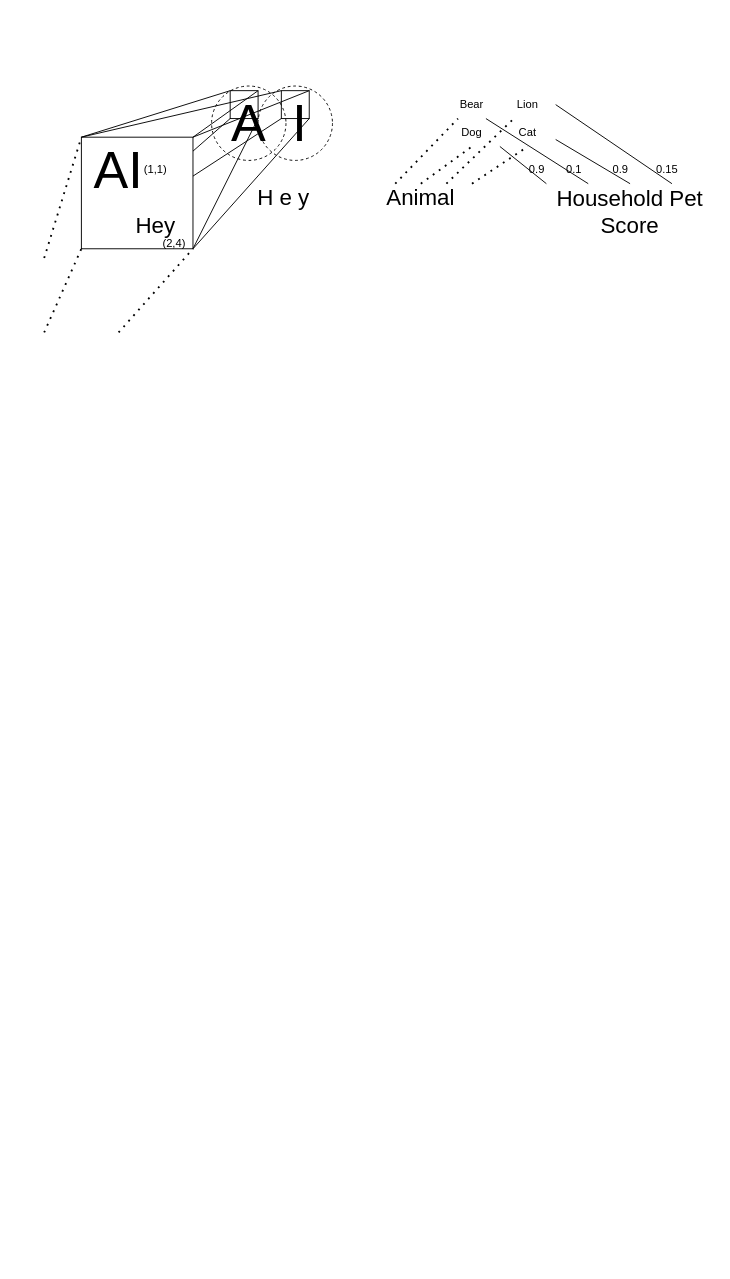
Above: VisionSystem.drawio in djsamseng/BusinessPlan (draw.io), before the change. Source tidied: cells renumbered, new cells numbered last; positions are measured from the earlier drawing's top-left corner, leaving out a move shared by most shapes. Both pictures are drawn from the tidied source at 93%, with x=0, y=0 at pixel (44, 86).
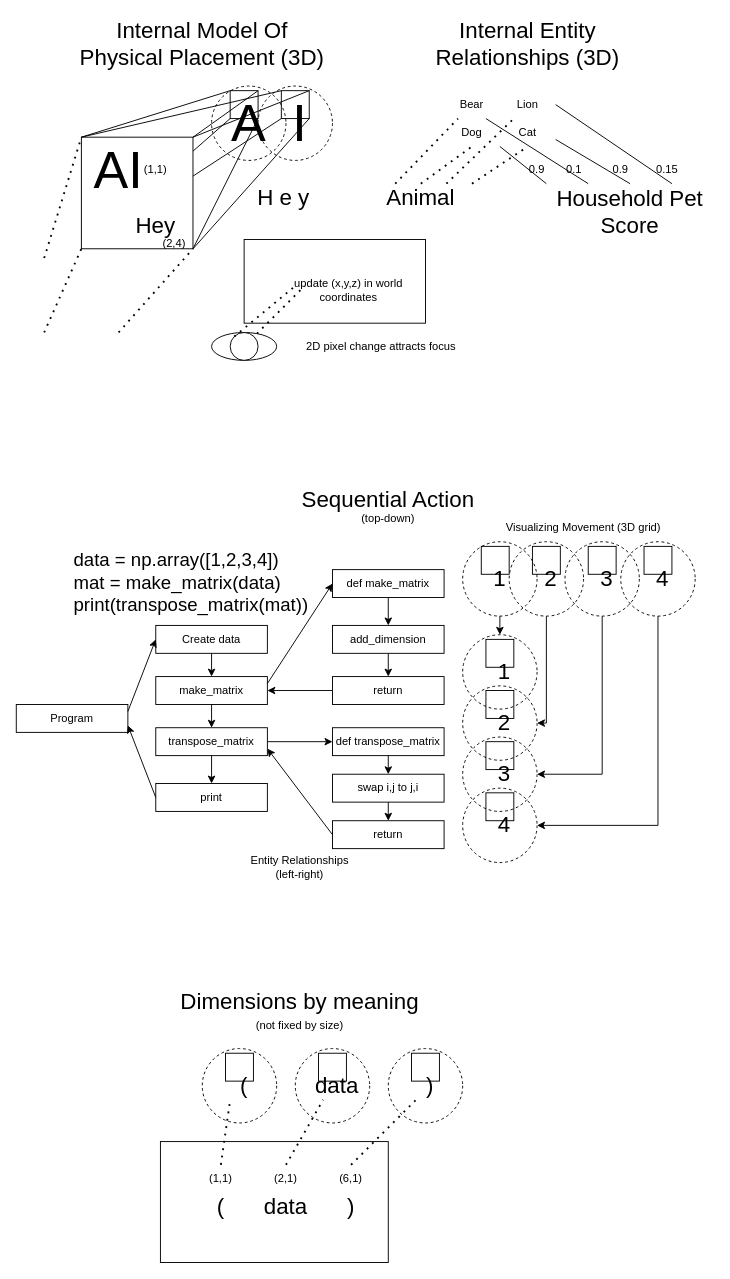
Above is the later version.

What changed in the source:
```diff
@@
+    <mxCell id="43" style="rounded=0;whiteSpace=wrap;html=1;" parent="1" vertex="1">
+      <mxGeometry x="125" y="1135" width="245" height="130" as="geometry" />
+    </mxCell>
+    <mxCell id="44" style="rounded=0;whiteSpace=wrap;html=1;fillColor=default;" parent="1" vertex="1">
+      <mxGeometry x="215" y="165" width="195" height="90" as="geometry" />
+    </mxCell>
@@
+    <mxCell id="45" value="&lt;font style=&quot;font-size: 24px;&quot;&gt;Internal Model Of Physical Placement (3D)&lt;/font&gt;" style="text;html=1;strokeColor=none;fillColor=none;align=center;verticalAlign=middle;whiteSpace=wrap;rounded=0;" parent="1" vertex="1">
+      <mxGeometry x="30" y="-75" width="280" height="60" as="geometry" />
+    </mxCell>
+    <mxCell id="46" value="&lt;font style=&quot;font-size: 24px;&quot;&gt;Internal Entity Relationships (3D)&lt;/font&gt;" style="text;html=1;strokeColor=none;fillColor=none;align=center;verticalAlign=middle;whiteSpace=wrap;rounded=0;" parent="1" vertex="1">
+      <mxGeometry x="380" y="-75" width="280" height="60" as="geometry" />
+    </mxCell>
+    <mxCell id="47" style="ellipse;whiteSpace=wrap;html=1;" parent="1" vertex="1">
+      <mxGeometry x="180" y="265" width="70" height="30" as="geometry" />
+    </mxCell>
+    <mxCell id="48" style="ellipse;whiteSpace=wrap;html=1;" parent="1" vertex="1">
+      <mxGeometry x="200" y="265" width="30" height="30" as="geometry" />
+    </mxCell>
+    <mxCell id="49" style="endArrow=none;dashed=1;html=1;dashPattern=1 3;strokeWidth=2;rounded=0;exitX=0;exitY=0;exitDx=0;exitDy=0;" parent="1" edge="1" source="48">
+      <mxGeometry relative="1" as="geometry">
+        <mxPoint x="270" y="215" as="targetPoint" />
+      </mxGeometry>
+    </mxCell>
+    <mxCell id="50" style="endArrow=none;dashed=1;html=1;dashPattern=1 3;strokeWidth=2;rounded=0;" parent="1" edge="1" source="47">
+      <mxGeometry relative="1" as="geometry">
+        <mxPoint x="280" y="215" as="targetPoint" />
+      </mxGeometry>
+    </mxCell>
+    <mxCell id="51" value="update (x,y,z) in world coordinates" style="text;html=1;strokeColor=none;fillColor=none;align=center;verticalAlign=middle;whiteSpace=wrap;rounded=0;" parent="1" vertex="1">
+      <mxGeometry x="250" y="205" width="155" height="30" as="geometry" />
+    </mxCell>
+    <mxCell id="52" value="2D pixel change attracts focus" style="text;html=1;strokeColor=none;fillColor=none;align=center;verticalAlign=middle;whiteSpace=wrap;rounded=0;" parent="1" vertex="1">
+      <mxGeometry x="275" y="265" width="175" height="30" as="geometry" />
+    </mxCell>
+    <mxCell id="53" value="&lt;font style=&quot;font-size: 20px;&quot;&gt;data = np.array([1,2,3,4])&lt;br&gt;mat = make_matrix(data)&lt;br&gt;print(transpose_matrix(mat))&lt;br&gt;&lt;/font&gt;" style="text;html=1;strokeColor=none;fillColor=none;align=left;verticalAlign=middle;whiteSpace=wrap;rounded=0;" parent="1" vertex="1">
+      <mxGeometry x="30" y="470" width="290" height="125" as="geometry" />
+    </mxCell>
+    <mxCell id="54" value="Create data" style="rounded=0;whiteSpace=wrap;html=1;" parent="1" vertex="1">
+      <mxGeometry x="120" y="580" width="120" height="30" as="geometry" />
+    </mxCell>
+    <mxCell id="55" value="make_matrix" style="rounded=0;whiteSpace=wrap;html=1;" parent="1" vertex="1">
+      <mxGeometry x="120" y="635" width="120" height="30" as="geometry" />
+    </mxCell>
+    <mxCell id="56" value="def make_matrix" style="rounded=0;whiteSpace=wrap;html=1;" parent="1" vertex="1">
+      <mxGeometry x="310" y="520" width="120" height="30" as="geometry" />
+    </mxCell>
+    <mxCell id="57" style="endArrow=classic;html=1;rounded=0;entryX=0.5;entryY=0;entryDx=0;entryDy=0;exitX=0.5;exitY=1;exitDx=0;exitDy=0;" parent="1" edge="1" source="54" target="55">
+      <mxGeometry relative="1" as="geometry" />
+    </mxCell>
+    <mxCell id="58" value="add_dimension" style="rounded=0;whiteSpace=wrap;html=1;" parent="1" vertex="1">
+      <mxGeometry x="310" y="580" width="120" height="30" as="geometry" />
+    </mxCell>
+    <mxCell id="59" value="return" style="rounded=0;whiteSpace=wrap;html=1;" parent="1" vertex="1">
+      <mxGeometry x="310" y="635" width="120" height="30" as="geometry" />
+    </mxCell>
+    <mxCell id="60" style="endArrow=classic;html=1;rounded=0;exitX=1;exitY=0.25;exitDx=0;exitDy=0;entryX=0;entryY=0.5;entryDx=0;entryDy=0;" parent="1" edge="1" source="55" target="56">
+      <mxGeometry relative="1" as="geometry" />
+    </mxCell>
+    <mxCell id="61" style="endArrow=classic;html=1;rounded=0;exitX=0.5;exitY=1;exitDx=0;exitDy=0;entryX=0.5;entryY=0;entryDx=0;entryDy=0;" parent="1" edge="1" source="56" target="58">
+      <mxGeometry relative="1" as="geometry" />
+    </mxCell>
+    <mxCell id="62" style="endArrow=classic;html=1;rounded=0;exitX=0.5;exitY=1;exitDx=0;exitDy=0;entryX=0.5;entryY=0;entryDx=0;entryDy=0;" parent="1" edge="1" source="58" target="59">
+      <mxGeometry relative="1" as="geometry" />
+    </mxCell>
+    <mxCell id="63" style="endArrow=classic;html=1;rounded=0;exitX=0;exitY=0.5;exitDx=0;exitDy=0;" parent="1" edge="1" source="59">
+      <mxGeometry relative="1" as="geometry">
+        <mxPoint x="240" y="650" as="targetPoint" />
+      </mxGeometry>
+    </mxCell>
+    <mxCell id="64" style="endArrow=classic;html=1;rounded=0;exitX=0.5;exitY=1;exitDx=0;exitDy=0;entryX=0.5;entryY=0;entryDx=0;entryDy=0;" parent="1" edge="1" source="55" target="65">
+      <mxGeometry relative="1" as="geometry" />
+    </mxCell>
+    <mxCell id="65" value="transpose_matrix" style="rounded=0;whiteSpace=wrap;html=1;" parent="1" vertex="1">
+      <mxGeometry x="120" y="690" width="120" height="30" as="geometry" />
+    </mxCell>
+    <mxCell id="66" style="endArrow=classic;html=1;rounded=0;exitX=1;exitY=0.5;exitDx=0;exitDy=0;entryX=0;entryY=0.5;entryDx=0;entryDy=0;" parent="1" edge="1" source="65" target="67">
+      <mxGeometry relative="1" as="geometry" />
+    </mxCell>
+    <mxCell id="67" value="def transpose_matrix" style="rounded=0;whiteSpace=wrap;html=1;" parent="1" vertex="1">
+      <mxGeometry x="310" y="690" width="120" height="30" as="geometry" />
+    </mxCell>
+    <mxCell id="68" style="endArrow=classic;html=1;rounded=0;exitX=0.5;exitY=1;exitDx=0;exitDy=0;" parent="1" edge="1" source="67">
+      <mxGeometry relative="1" as="geometry">
+        <mxPoint x="370" y="740" as="targetPoint" />
+      </mxGeometry>
+    </mxCell>
+    <mxCell id="69" value="swap i,j to j,i" style="rounded=0;whiteSpace=wrap;html=1;" parent="1" vertex="1">
+      <mxGeometry x="310" y="740" width="120" height="30" as="geometry" />
+    </mxCell>
+    <mxCell id="70" style="endArrow=classic;html=1;rounded=0;exitX=0.5;exitY=1;exitDx=0;exitDy=0;" parent="1" edge="1" source="69" target="71">
+      <mxGeometry relative="1" as="geometry" />
+    </mxCell>
+    <mxCell id="71" value="return" style="rounded=0;whiteSpace=wrap;html=1;" parent="1" vertex="1">
+      <mxGeometry x="310" y="790" width="120" height="30" as="geometry" />
+    </mxCell>
+    <mxCell id="72" style="endArrow=classic;html=1;rounded=0;exitX=0;exitY=0.5;exitDx=0;exitDy=0;entryX=1;entryY=0.75;entryDx=0;entryDy=0;" parent="1" edge="1" source="71" target="65">
+      <mxGeometry relative="1" as="geometry" />
+    </mxCell>
+    <mxCell id="73" style="endArrow=classic;html=1;rounded=0;exitX=0.5;exitY=1;exitDx=0;exitDy=0;" parent="1" edge="1" source="65">
+      <mxGeometry relative="1" as="geometry">
+        <mxPoint x="180" y="750" as="targetPoint" />
+      </mxGeometry>
+    </mxCell>
+    <mxCell id="74" value="print" style="rounded=0;whiteSpace=wrap;html=1;" parent="1" vertex="1">
+      <mxGeometry x="120" y="750" width="120" height="30" as="geometry" />
+    </mxCell>
+    <mxCell id="75" value="Program" style="rounded=0;whiteSpace=wrap;html=1;" parent="1" vertex="1">
+      <mxGeometry x="-30" y="665" width="120" height="30" as="geometry" />
+    </mxCell>
+    <mxCell id="76" style="endArrow=classic;html=1;rounded=0;exitX=1;exitY=0.25;exitDx=0;exitDy=0;entryX=0;entryY=0.5;entryDx=0;entryDy=0;" parent="1" edge="1" source="75" target="54">
+      <mxGeometry relative="1" as="geometry" />
+    </mxCell>
+    <mxCell id="77" style="endArrow=classic;html=1;rounded=0;exitX=0;exitY=0.5;exitDx=0;exitDy=0;entryX=1;entryY=0.75;entryDx=0;entryDy=0;" parent="1" edge="1" source="74" target="75">
+      <mxGeometry relative="1" as="geometry" />
+    </mxCell>
+    <mxCell id="78" style="edgeStyle=orthogonalEdgeStyle;rounded=0;jettySize=auto;html=1;exitX=0.5;exitY=1;exitDx=0;exitDy=0;entryX=0.5;entryY=0;entryDx=0;entryDy=0;" parent="1" edge="1" source="79" target="103">
+      <mxGeometry relative="1" as="geometry" />
+    </mxCell>
+    <mxCell id="79" style="ellipse;whiteSpace=wrap;html=1;dashed=1;fillColor=none;" parent="1" vertex="1">
+      <mxGeometry x="450" y="490" width="80" height="80" as="geometry" />
+    </mxCell>
+    <mxCell id="80" value="&lt;font style=&quot;font-size: 24px;&quot;&gt;1&lt;/font&gt;" style="text;html=1;strokeColor=none;fillColor=none;align=center;verticalAlign=middle;whiteSpace=wrap;rounded=0;" parent="1" vertex="1">
+      <mxGeometry x="460" y="515" width="60" height="30" as="geometry" />
+    </mxCell>
+    <mxCell id="81" style="whiteSpace=wrap;html=1;fillColor=none;" parent="1" vertex="1">
+      <mxGeometry x="470" y="495" width="30" height="30" as="geometry" />
+    </mxCell>
+    <mxCell id="82" style="edgeStyle=orthogonalEdgeStyle;rounded=0;jettySize=auto;html=1;exitX=0.5;exitY=1;exitDx=0;exitDy=0;entryX=1;entryY=0.5;entryDx=0;entryDy=0;" parent="1" edge="1" source="83" target="100">
+      <mxGeometry relative="1" as="geometry">
+        <Array as="points">
+          <mxPoint x="540" y="685" />
+        </Array>
+      </mxGeometry>
+    </mxCell>
+    <mxCell id="83" style="ellipse;whiteSpace=wrap;html=1;dashed=1;fillColor=none;" parent="1" vertex="1">
+      <mxGeometry x="500" y="490" width="80" height="80" as="geometry" />
+    </mxCell>
+    <mxCell id="84" value="&lt;font style=&quot;font-size: 24px;&quot;&gt;2&lt;/font&gt;" style="text;html=1;strokeColor=none;fillColor=none;align=center;verticalAlign=middle;whiteSpace=wrap;rounded=0;" parent="1" vertex="1">
+      <mxGeometry x="515" y="515" width="60" height="30" as="geometry" />
+    </mxCell>
+    <mxCell id="85" style="whiteSpace=wrap;html=1;fillColor=none;" parent="1" vertex="1">
+      <mxGeometry x="525" y="495" width="30" height="30" as="geometry" />
+    </mxCell>
+    <mxCell id="86" style="edgeStyle=orthogonalEdgeStyle;rounded=0;jettySize=auto;html=1;exitX=0.5;exitY=1;exitDx=0;exitDy=0;entryX=1;entryY=0.5;entryDx=0;entryDy=0;" parent="1" edge="1" source="87" target="97">
+      <mxGeometry relative="1" as="geometry" />
+    </mxCell>
+    <mxCell id="87" style="ellipse;whiteSpace=wrap;html=1;dashed=1;fillColor=none;" parent="1" vertex="1">
+      <mxGeometry x="560" y="490" width="80" height="80" as="geometry" />
+    </mxCell>
+    <mxCell id="88" value="&lt;font style=&quot;font-size: 24px;&quot;&gt;3&lt;/font&gt;" style="text;html=1;strokeColor=none;fillColor=none;align=center;verticalAlign=middle;whiteSpace=wrap;rounded=0;" parent="1" vertex="1">
+      <mxGeometry x="575" y="515" width="60" height="30" as="geometry" />
+    </mxCell>
+    <mxCell id="89" style="whiteSpace=wrap;html=1;fillColor=none;" parent="1" vertex="1">
+      <mxGeometry x="585" y="495" width="30" height="30" as="geometry" />
+    </mxCell>
+    <mxCell id="90" style="edgeStyle=orthogonalEdgeStyle;rounded=0;jettySize=auto;html=1;exitX=0.5;exitY=1;exitDx=0;exitDy=0;entryX=1;entryY=0.5;entryDx=0;entryDy=0;" parent="1" edge="1" source="91" target="94">
+      <mxGeometry relative="1" as="geometry" />
+    </mxCell>
+    <mxCell id="91" style="ellipse;whiteSpace=wrap;html=1;dashed=1;fillColor=none;" parent="1" vertex="1">
+      <mxGeometry x="620" y="490" width="80" height="80" as="geometry" />
+    </mxCell>
+    <mxCell id="92" value="&lt;font style=&quot;font-size: 24px;&quot;&gt;4&lt;/font&gt;" style="text;html=1;strokeColor=none;fillColor=none;align=center;verticalAlign=middle;whiteSpace=wrap;rounded=0;" parent="1" vertex="1">
+      <mxGeometry x="635" y="515" width="60" height="30" as="geometry" />
+    </mxCell>
+    <mxCell id="93" style="whiteSpace=wrap;html=1;fillColor=none;" parent="1" vertex="1">
+      <mxGeometry x="645" y="495" width="30" height="30" as="geometry" />
+    </mxCell>
+    <mxCell id="94" style="ellipse;whiteSpace=wrap;html=1;dashed=1;fillColor=none;" parent="1" vertex="1">
+      <mxGeometry x="450" y="755" width="80" height="80" as="geometry" />
+    </mxCell>
+    <mxCell id="95" value="&lt;font style=&quot;font-size: 24px;&quot;&gt;4&lt;/font&gt;" style="text;html=1;strokeColor=none;fillColor=none;align=center;verticalAlign=middle;whiteSpace=wrap;rounded=0;" parent="1" vertex="1">
+      <mxGeometry x="465" y="780" width="60" height="30" as="geometry" />
+    </mxCell>
+    <mxCell id="96" style="whiteSpace=wrap;html=1;fillColor=none;" parent="1" vertex="1">
+      <mxGeometry x="475" y="760" width="30" height="30" as="geometry" />
+    </mxCell>
+    <mxCell id="97" style="ellipse;whiteSpace=wrap;html=1;dashed=1;fillColor=none;" parent="1" vertex="1">
+      <mxGeometry x="450" y="700" width="80" height="80" as="geometry" />
+    </mxCell>
+    <mxCell id="98" value="&lt;font style=&quot;font-size: 24px;&quot;&gt;3&lt;/font&gt;" style="text;html=1;strokeColor=none;fillColor=none;align=center;verticalAlign=middle;whiteSpace=wrap;rounded=0;" parent="1" vertex="1">
+      <mxGeometry x="465" y="725" width="60" height="30" as="geometry" />
+    </mxCell>
+    <mxCell id="99" style="whiteSpace=wrap;html=1;fillColor=none;" parent="1" vertex="1">
+      <mxGeometry x="475" y="705" width="30" height="30" as="geometry" />
+    </mxCell>
+    <mxCell id="100" style="ellipse;whiteSpace=wrap;html=1;dashed=1;fillColor=none;" parent="1" vertex="1">
+      <mxGeometry x="450" y="645" width="80" height="80" as="geometry" />
+    </mxCell>
+    <mxCell id="101" value="&lt;font style=&quot;font-size: 24px;&quot;&gt;2&lt;/font&gt;" style="text;html=1;strokeColor=none;fillColor=none;align=center;verticalAlign=middle;whiteSpace=wrap;rounded=0;" parent="1" vertex="1">
+      <mxGeometry x="465" y="670" width="60" height="30" as="geometry" />
+    </mxCell>
+    <mxCell id="102" style="whiteSpace=wrap;html=1;fillColor=none;" parent="1" vertex="1">
+      <mxGeometry x="475" y="650" width="30" height="30" as="geometry" />
+    </mxCell>
+    <mxCell id="103" style="ellipse;whiteSpace=wrap;html=1;dashed=1;fillColor=none;" parent="1" vertex="1">
+      <mxGeometry x="450" y="590" width="80" height="80" as="geometry" />
+    </mxCell>
+    <mxCell id="104" value="&lt;font style=&quot;font-size: 24px;&quot;&gt;1&lt;/font&gt;" style="text;html=1;strokeColor=none;fillColor=none;align=center;verticalAlign=middle;whiteSpace=wrap;rounded=0;" parent="1" vertex="1">
+      <mxGeometry x="465" y="615" width="60" height="30" as="geometry" />
+    </mxCell>
+    <mxCell id="105" style="whiteSpace=wrap;html=1;fillColor=none;" parent="1" vertex="1">
+      <mxGeometry x="475" y="595" width="30" height="30" as="geometry" />
+    </mxCell>
+    <mxCell id="106" value="&lt;font style=&quot;font-size: 24px;&quot;&gt;Sequential Action&lt;/font&gt;" style="text;html=1;strokeColor=none;fillColor=none;align=center;verticalAlign=middle;whiteSpace=wrap;rounded=0;" parent="1" vertex="1">
+      <mxGeometry x="230" y="415" width="280" height="60" as="geometry" />
+    </mxCell>
+    <mxCell id="107" value="&lt;font style=&quot;font-size: 12px;&quot;&gt;Visualizing Movement (3D grid)&lt;/font&gt;" style="text;html=1;strokeColor=none;fillColor=none;align=center;verticalAlign=middle;whiteSpace=wrap;rounded=0;" parent="1" vertex="1">
+      <mxGeometry x="440" y="445" width="280" height="60" as="geometry" />
+    </mxCell>
+    <mxCell id="108" value="&lt;font style=&quot;font-size: 12px;&quot;&gt;Entity Relationships &lt;br&gt;(left-right)&lt;/font&gt;" style="text;html=1;strokeColor=none;fillColor=none;align=center;verticalAlign=middle;whiteSpace=wrap;rounded=0;" parent="1" vertex="1">
+      <mxGeometry x="135" y="810" width="280" height="60" as="geometry" />
+    </mxCell>
+    <mxCell id="109" value="&lt;font style=&quot;font-size: 12px;&quot;&gt;(top-down)&lt;/font&gt;" style="text;html=1;strokeColor=none;fillColor=none;align=center;verticalAlign=middle;whiteSpace=wrap;rounded=0;" parent="1" vertex="1">
+      <mxGeometry x="230" y="435" width="280" height="60" as="geometry" />
+    </mxCell>
+    <mxCell id="110" style="ellipse;whiteSpace=wrap;html=1;dashed=1;fillColor=none;" parent="1" vertex="1">
+      <mxGeometry x="270" y="1035" width="80" height="80" as="geometry" />
+    </mxCell>
+    <mxCell id="111" value="&lt;font style=&quot;font-size: 24px;&quot;&gt;data&lt;/font&gt;" style="text;html=1;strokeColor=none;fillColor=none;align=center;verticalAlign=middle;whiteSpace=wrap;rounded=0;" parent="1" vertex="1">
+      <mxGeometry x="285" y="1060" width="60" height="30" as="geometry" />
+    </mxCell>
+    <mxCell id="112" style="whiteSpace=wrap;html=1;fillColor=none;" parent="1" vertex="1">
+      <mxGeometry x="295" y="1040" width="30" height="30" as="geometry" />
+    </mxCell>
+    <mxCell id="113" value="&lt;font style=&quot;font-size: 24px;&quot;&gt;data&lt;/font&gt;" style="text;html=1;strokeColor=none;fillColor=none;align=center;verticalAlign=middle;whiteSpace=wrap;rounded=0;strokeWidth=56;" parent="1" vertex="1">
+      <mxGeometry x="230" y="1190" width="60" height="30" as="geometry" />
+    </mxCell>
+    <mxCell id="114" value="(1,1)" style="text;html=1;strokeColor=none;fillColor=none;align=center;verticalAlign=middle;whiteSpace=wrap;rounded=0;" parent="1" vertex="1">
+      <mxGeometry x="160" y="1160" width="60" height="30" as="geometry" />
+    </mxCell>
+    <mxCell id="115" value="&lt;font style=&quot;font-size: 24px;&quot;&gt;(&lt;/font&gt;" style="text;html=1;strokeColor=none;fillColor=none;align=center;verticalAlign=middle;whiteSpace=wrap;rounded=0;strokeWidth=56;" parent="1" vertex="1">
+      <mxGeometry x="160" y="1190" width="60" height="30" as="geometry" />
+    </mxCell>
+    <mxCell id="116" value="&lt;span style=&quot;font-size: 24px;&quot;&gt;)&lt;/span&gt;" style="text;html=1;strokeColor=none;fillColor=none;align=center;verticalAlign=middle;whiteSpace=wrap;rounded=0;strokeWidth=56;" parent="1" vertex="1">
+      <mxGeometry x="300" y="1190" width="60" height="30" as="geometry" />
+    </mxCell>
+    <mxCell id="117" style="ellipse;whiteSpace=wrap;html=1;dashed=1;fillColor=none;" parent="1" vertex="1">
+      <mxGeometry x="370" y="1035" width="80" height="80" as="geometry" />
+    </mxCell>
+    <mxCell id="118" value="&lt;font style=&quot;font-size: 24px;&quot;&gt;)&lt;/font&gt;" style="text;html=1;strokeColor=none;fillColor=none;align=center;verticalAlign=middle;whiteSpace=wrap;rounded=0;" parent="1" vertex="1">
+      <mxGeometry x="385" y="1060" width="60" height="30" as="geometry" />
+    </mxCell>
+    <mxCell id="119" style="whiteSpace=wrap;html=1;fillColor=none;" parent="1" vertex="1">
+      <mxGeometry x="395" y="1040" width="30" height="30" as="geometry" />
+    </mxCell>
+    <mxCell id="120" value="(2,1)" style="text;html=1;strokeColor=none;fillColor=none;align=center;verticalAlign=middle;whiteSpace=wrap;rounded=0;" parent="1" vertex="1">
+      <mxGeometry x="230" y="1160" width="60" height="30" as="geometry" />
+    </mxCell>
+    <mxCell id="121" value="(6,1)" style="text;html=1;strokeColor=none;fillColor=none;align=center;verticalAlign=middle;whiteSpace=wrap;rounded=0;" parent="1" vertex="1">
+      <mxGeometry x="300" y="1160" width="60" height="30" as="geometry" />
+    </mxCell>
+    <mxCell id="122" style="ellipse;whiteSpace=wrap;html=1;dashed=1;fillColor=none;" parent="1" vertex="1">
+      <mxGeometry x="170" y="1035" width="80" height="80" as="geometry" />
+    </mxCell>
+    <mxCell id="123" value="&lt;span style=&quot;font-size: 24px;&quot;&gt;(&lt;/span&gt;" style="text;html=1;strokeColor=none;fillColor=none;align=center;verticalAlign=middle;whiteSpace=wrap;rounded=0;" parent="1" vertex="1">
+      <mxGeometry x="185" y="1060" width="60" height="30" as="geometry" />
+    </mxCell>
+    <mxCell id="124" style="whiteSpace=wrap;html=1;fillColor=none;" parent="1" vertex="1">
+      <mxGeometry x="195" y="1040" width="30" height="30" as="geometry" />
+    </mxCell>
+    <mxCell id="125" style="endArrow=none;dashed=1;html=1;dashPattern=1 3;strokeWidth=2;rounded=0;exitX=0.5;exitY=0;exitDx=0;exitDy=0;entryX=0.25;entryY=1;entryDx=0;entryDy=0;" parent="1" edge="1" source="114" target="123">
+      <mxGeometry relative="1" as="geometry" />
+    </mxCell>
+    <mxCell id="126" style="endArrow=none;dashed=1;html=1;dashPattern=1 3;strokeWidth=2;rounded=0;exitX=0.5;exitY=0;exitDx=0;exitDy=0;entryX=0.25;entryY=1;entryDx=0;entryDy=0;" parent="1" edge="1" source="120" target="111">
+      <mxGeometry relative="1" as="geometry" />
+    </mxCell>
+    <mxCell id="127" style="endArrow=none;dashed=1;html=1;dashPattern=1 3;strokeWidth=2;rounded=0;exitX=0.5;exitY=0;exitDx=0;exitDy=0;entryX=0.25;entryY=1;entryDx=0;entryDy=0;" parent="1" edge="1" source="121" target="118">
+      <mxGeometry relative="1" as="geometry" />
+    </mxCell>
+    <mxCell id="128" value="&lt;font style=&quot;font-size: 24px;&quot;&gt;Dimensions by meaning&lt;/font&gt;" style="text;html=1;strokeColor=none;fillColor=none;align=center;verticalAlign=middle;whiteSpace=wrap;rounded=0;" parent="1" vertex="1">
+      <mxGeometry x="135" y="955" width="280" height="60" as="geometry" />
+    </mxCell>
+    <mxCell id="129" value="&lt;font style=&quot;font-size: 12px;&quot;&gt;(not fixed by size)&lt;/font&gt;" style="text;html=1;strokeColor=none;fillColor=none;align=center;verticalAlign=middle;whiteSpace=wrap;rounded=0;" parent="1" vertex="1">
+      <mxGeometry x="135" y="980" width="280" height="60" as="geometry" />
+    </mxCell>
```
